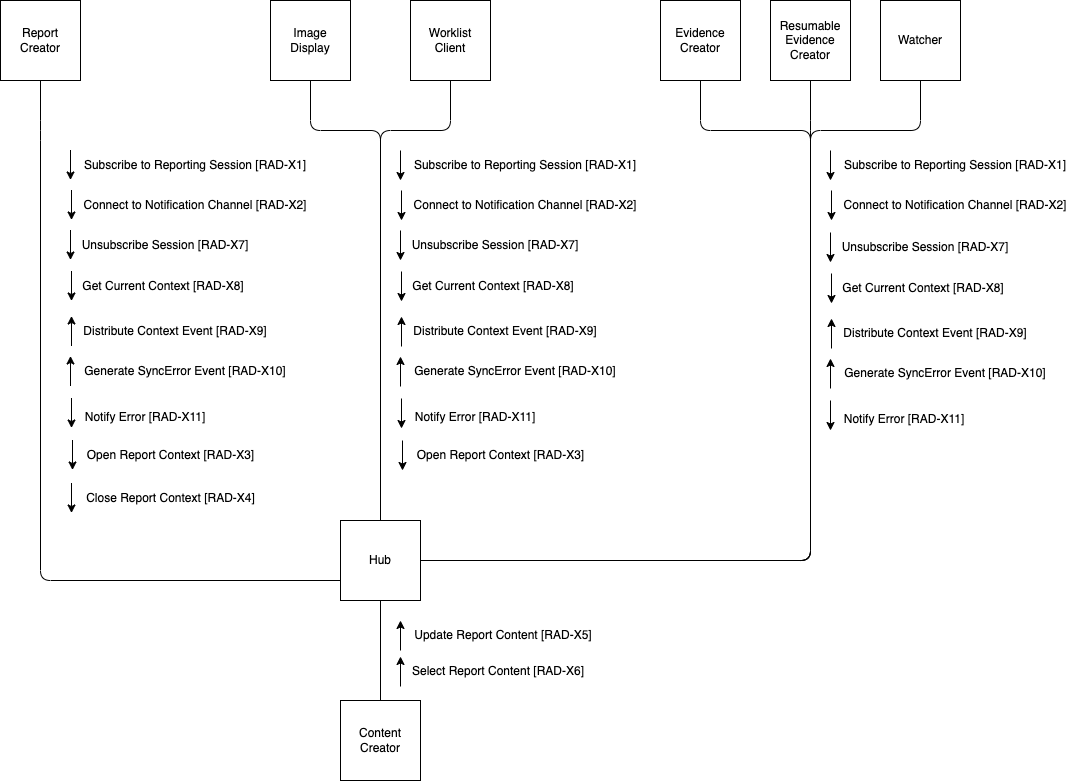
Above: input/images/actor_transaction.png in IHE/RAD.IRA (draw.io), before the change. Source tidied: cells renumbered, new cells last; positions are measured from the earlier drawing's top-left corner, leaving out a move shared by most shapes.
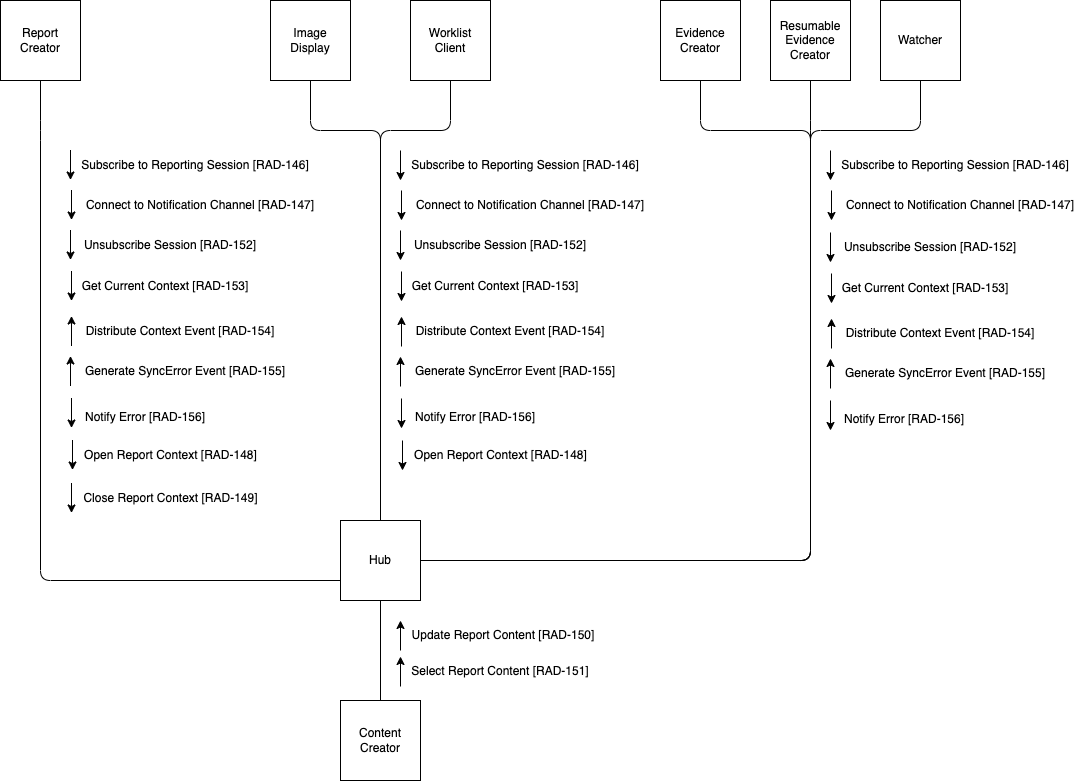
After the commit.

Diff of the diagram source:
```diff
@@ -70,9 +70,9 @@
       <mxGeometry x="340" y="700" width="80" height="80" as="geometry" />
     </mxCell>
     <mxCell id="15" style="group;" parent="1" vertex="1">
-      <mxGeometry x="830" y="150" width="240" height="284" as="geometry" />
+      <mxGeometry x="830" y="150" width="250" height="284" as="geometry" />
     </mxCell>
-    <mxCell id="16" value="Notify Error [RAD-X11]" style="text;html=1;strokeColor=none;fillColor=none;align=center;verticalAlign=middle;whiteSpace=wrap;rounded=0;" parent="15" vertex="1">
+    <mxCell id="16" value="Notify Error [RAD-156]" style="text;html=1;strokeColor=none;fillColor=none;align=center;verticalAlign=middle;whiteSpace=wrap;rounded=0;" parent="15" vertex="1">
       <mxGeometry x="9" y="254" width="130" height="30" as="geometry" />
     </mxCell>
     <mxCell id="17" style="endArrow=classic;html=1;rounded=0;startArrow=none;startFill=0;endFill=1;" parent="15" edge="1">
@@ -87,7 +87,7 @@
         <mxPoint y="30" as="targetPoint" />
       </mxGeometry>
     </mxCell>
-    <mxCell id="19" value="Subscribe to Reporting Session [RAD-X1]" style="text;html=1;strokeColor=none;fillColor=none;align=center;verticalAlign=middle;whiteSpace=wrap;rounded=0;" parent="15" vertex="1">
+    <mxCell id="19" value="Subscribe to Reporting Session [RAD-146]" style="text;html=1;strokeColor=none;fillColor=none;align=center;verticalAlign=middle;whiteSpace=wrap;rounded=0;" parent="15" vertex="1">
       <mxGeometry x="10" width="230" height="30" as="geometry" />
     </mxCell>
     <mxCell id="20" style="endArrow=none;html=1;rounded=0;startArrow=classic;startFill=1;endFill=0;" parent="15" edge="1">
@@ -96,8 +96,8 @@
         <mxPoint x="1" y="198" as="targetPoint" />
       </mxGeometry>
     </mxCell>
-    <mxCell id="21" value="Distribute Context Event [RAD-X9]" style="text;html=1;strokeColor=none;fillColor=none;align=center;verticalAlign=middle;whiteSpace=wrap;rounded=0;" parent="15" vertex="1">
-      <mxGeometry x="10" y="168" width="190" height="30" as="geometry" />
+    <mxCell id="21" value="Distribute Context Event [RAD-154]" style="text;html=1;strokeColor=none;fillColor=none;align=center;verticalAlign=middle;whiteSpace=wrap;rounded=0;" parent="15" vertex="1">
+      <mxGeometry x="10" y="168" width="200" height="30" as="geometry" />
     </mxCell>
     <mxCell id="22" style="endArrow=classic;html=1;rounded=0;" parent="15" edge="1">
       <mxGeometry relative="1" as="geometry">
@@ -105,8 +105,8 @@
         <mxPoint x="1" y="70" as="targetPoint" />
       </mxGeometry>
     </mxCell>
-    <mxCell id="23" value="Connect to Notification Channel [RAD-X2]" style="text;html=1;strokeColor=none;fillColor=none;align=center;verticalAlign=middle;whiteSpace=wrap;rounded=0;" parent="15" vertex="1">
-      <mxGeometry x="10" y="40" width="230" height="30" as="geometry" />
+    <mxCell id="23" value="Connect to Notification Channel [RAD-147]" style="text;html=1;strokeColor=none;fillColor=none;align=center;verticalAlign=middle;whiteSpace=wrap;rounded=0;" parent="15" vertex="1">
+      <mxGeometry x="10" y="40" width="240" height="30" as="geometry" />
     </mxCell>
     <mxCell id="24" style="endArrow=classic;html=1;rounded=0;startArrow=none;startFill=0;endFill=1;" parent="15" edge="1">
       <mxGeometry relative="1" as="geometry">
@@ -114,8 +114,8 @@
         <mxPoint x="1" y="153" as="targetPoint" />
       </mxGeometry>
     </mxCell>
-    <mxCell id="25" value="Get Current Context [RAD-X8]" style="text;html=1;strokeColor=none;fillColor=none;align=center;verticalAlign=middle;whiteSpace=wrap;rounded=0;" parent="15" vertex="1">
-      <mxGeometry x="10" y="123" width="166" height="30" as="geometry" />
+    <mxCell id="25" value="Get Current Context [RAD-153]" style="text;html=1;strokeColor=none;fillColor=none;align=center;verticalAlign=middle;whiteSpace=wrap;rounded=0;" parent="15" vertex="1">
+      <mxGeometry x="10" y="123" width="170" height="30" as="geometry" />
     </mxCell>
     <mxCell id="26" style="endArrow=none;html=1;rounded=0;startArrow=classic;startFill=1;endFill=0;" parent="15" edge="1">
       <mxGeometry relative="1" as="geometry">
@@ -123,7 +123,7 @@
         <mxPoint y="238" as="targetPoint" />
       </mxGeometry>
     </mxCell>
-    <mxCell id="27" value="Generate SyncError Event [RAD-X10]" style="text;html=1;strokeColor=none;fillColor=none;align=center;verticalAlign=middle;whiteSpace=wrap;rounded=0;" parent="15" vertex="1">
+    <mxCell id="27" value="Generate SyncError Event [RAD-155]" style="text;html=1;strokeColor=none;fillColor=none;align=center;verticalAlign=middle;whiteSpace=wrap;rounded=0;" parent="15" vertex="1">
       <mxGeometry x="10" y="208" width="210" height="30" as="geometry" />
     </mxCell>
     <mxCell id="28" style="endArrow=classic;html=1;rounded=0;startArrow=none;startFill=0;endFill=1;" parent="15" edge="1">
@@ -132,10 +132,10 @@
         <mxPoint y="112" as="targetPoint" />
       </mxGeometry>
     </mxCell>
-    <mxCell id="29" value="Unsubscribe Session [RAD-X7]" style="text;html=1;strokeColor=none;fillColor=none;align=center;verticalAlign=middle;whiteSpace=wrap;rounded=0;" parent="15" vertex="1">
-      <mxGeometry x="10" y="82" width="170" height="30" as="geometry" />
+    <mxCell id="29" value="Unsubscribe Session [RAD-152]" style="text;html=1;strokeColor=none;fillColor=none;align=center;verticalAlign=middle;whiteSpace=wrap;rounded=0;" parent="15" vertex="1">
+      <mxGeometry x="10" y="82" width="180" height="30" as="geometry" />
     </mxCell>
-    <mxCell id="30" value="Notify Error [RAD-X11]" style="text;html=1;strokeColor=none;fillColor=none;align=center;verticalAlign=middle;whiteSpace=wrap;rounded=0;" parent="1" vertex="1">
+    <mxCell id="30" value="Notify Error [RAD-156]" style="text;html=1;strokeColor=none;fillColor=none;align=center;verticalAlign=middle;whiteSpace=wrap;rounded=0;" parent="1" vertex="1">
       <mxGeometry x="410" y="402" width="130" height="30" as="geometry" />
     </mxCell>
     <mxCell id="31" style="endArrow=classic;html=1;rounded=0;startArrow=none;startFill=0;endFill=1;" parent="1" edge="1">
@@ -144,7 +144,7 @@
         <mxPoint x="400" y="180" as="targetPoint" />
       </mxGeometry>
     </mxCell>
-    <mxCell id="32" value="Subscribe to Reporting Session [RAD-X1]" style="text;html=1;strokeColor=none;fillColor=none;align=center;verticalAlign=middle;whiteSpace=wrap;rounded=0;" parent="1" vertex="1">
+    <mxCell id="32" value="Subscribe to Reporting Session [RAD-146]" style="text;html=1;strokeColor=none;fillColor=none;align=center;verticalAlign=middle;whiteSpace=wrap;rounded=0;" parent="1" vertex="1">
       <mxGeometry x="410" y="150" width="230" height="30" as="geometry" />
     </mxCell>
     <mxCell id="33" style="endArrow=none;html=1;rounded=0;startArrow=classic;startFill=1;endFill=0;" parent="1" edge="1">
@@ -153,8 +153,8 @@
         <mxPoint x="401" y="346" as="targetPoint" />
       </mxGeometry>
     </mxCell>
-    <mxCell id="34" value="Distribute Context Event [RAD-X9]" style="text;html=1;strokeColor=none;fillColor=none;align=center;verticalAlign=middle;whiteSpace=wrap;rounded=0;" parent="1" vertex="1">
-      <mxGeometry x="410" y="316" width="190" height="30" as="geometry" />
+    <mxCell id="34" value="Distribute Context Event [RAD-154]" style="text;html=1;strokeColor=none;fillColor=none;align=center;verticalAlign=middle;whiteSpace=wrap;rounded=0;" parent="1" vertex="1">
+      <mxGeometry x="410" y="316" width="200" height="30" as="geometry" />
     </mxCell>
     <mxCell id="35" style="endArrow=classic;html=1;rounded=0;" parent="1" edge="1">
       <mxGeometry relative="1" as="geometry">
@@ -162,8 +162,8 @@
         <mxPoint x="401" y="220" as="targetPoint" />
       </mxGeometry>
     </mxCell>
-    <mxCell id="36" value="Connect to Notification Channel [RAD-X2]" style="text;html=1;strokeColor=none;fillColor=none;align=center;verticalAlign=middle;whiteSpace=wrap;rounded=0;" parent="1" vertex="1">
-      <mxGeometry x="410" y="190" width="230" height="30" as="geometry" />
+    <mxCell id="36" value="Connect to Notification Channel [RAD-147]" style="text;html=1;strokeColor=none;fillColor=none;align=center;verticalAlign=middle;whiteSpace=wrap;rounded=0;" parent="1" vertex="1">
+      <mxGeometry x="410" y="190" width="240" height="30" as="geometry" />
     </mxCell>
     <mxCell id="37" style="endArrow=classic;html=1;rounded=0;startArrow=none;startFill=0;endFill=1;" parent="1" edge="1">
       <mxGeometry relative="1" as="geometry">
@@ -171,8 +171,8 @@
         <mxPoint x="401" y="301" as="targetPoint" />
       </mxGeometry>
     </mxCell>
-    <mxCell id="38" value="Get Current Context [RAD-X8]" style="text;html=1;strokeColor=none;fillColor=none;align=center;verticalAlign=middle;whiteSpace=wrap;rounded=0;" parent="1" vertex="1">
-      <mxGeometry x="410" y="271" width="166" height="30" as="geometry" />
+    <mxCell id="38" value="Get Current Context [RAD-153]" style="text;html=1;strokeColor=none;fillColor=none;align=center;verticalAlign=middle;whiteSpace=wrap;rounded=0;" parent="1" vertex="1">
+      <mxGeometry x="410" y="271" width="170" height="30" as="geometry" />
     </mxCell>
     <mxCell id="39" style="endArrow=none;html=1;rounded=0;startArrow=classic;startFill=1;endFill=0;" parent="1" edge="1">
       <mxGeometry relative="1" as="geometry">
@@ -180,7 +180,7 @@
         <mxPoint x="400" y="386" as="targetPoint" />
       </mxGeometry>
     </mxCell>
-    <mxCell id="40" value="Generate SyncError Event [RAD-X10]" style="text;html=1;strokeColor=none;fillColor=none;align=center;verticalAlign=middle;whiteSpace=wrap;rounded=0;" parent="1" vertex="1">
+    <mxCell id="40" value="Generate SyncError Event [RAD-155]" style="text;html=1;strokeColor=none;fillColor=none;align=center;verticalAlign=middle;whiteSpace=wrap;rounded=0;" parent="1" vertex="1">
       <mxGeometry x="410" y="356" width="210" height="30" as="geometry" />
     </mxCell>
     <mxCell id="41" style="endArrow=classic;html=1;rounded=0;startArrow=none;startFill=0;endFill=1;" parent="1" edge="1">
@@ -189,8 +189,8 @@
         <mxPoint x="400" y="260" as="targetPoint" />
       </mxGeometry>
     </mxCell>
-    <mxCell id="42" value="Unsubscribe Session [RAD-X7]" style="text;html=1;strokeColor=none;fillColor=none;align=center;verticalAlign=middle;whiteSpace=wrap;rounded=0;" parent="1" vertex="1">
-      <mxGeometry x="410" y="230" width="170" height="30" as="geometry" />
+    <mxCell id="42" value="Unsubscribe Session [RAD-152]" style="text;html=1;strokeColor=none;fillColor=none;align=center;verticalAlign=middle;whiteSpace=wrap;rounded=0;" parent="1" vertex="1">
+      <mxGeometry x="410" y="230" width="180" height="30" as="geometry" />
     </mxCell>
     <mxCell id="43" style="endArrow=classic;html=1;rounded=0;" parent="1" edge="1">
       <mxGeometry relative="1" as="geometry">
@@ -198,7 +198,7 @@
         <mxPoint x="402" y="470" as="targetPoint" />
       </mxGeometry>
     </mxCell>
-    <mxCell id="44" value="Open Report Context [RAD-X3]" style="text;html=1;strokeColor=none;fillColor=none;align=center;verticalAlign=middle;whiteSpace=wrap;rounded=0;" parent="1" vertex="1">
+    <mxCell id="44" value="Open Report Context [RAD-148]" style="text;html=1;strokeColor=none;fillColor=none;align=center;verticalAlign=middle;whiteSpace=wrap;rounded=0;" parent="1" vertex="1">
       <mxGeometry x="411" y="440" width="179" height="30" as="geometry" />
     </mxCell>
     <mxCell id="45" style="endArrow=classic;html=1;rounded=0;startArrow=none;startFill=0;endFill=1;" parent="1" edge="1">
@@ -207,7 +207,7 @@
         <mxPoint x="401" y="428" as="targetPoint" />
       </mxGeometry>
     </mxCell>
-    <mxCell id="46" value="Notify Error [RAD-X11]" style="text;html=1;strokeColor=none;fillColor=none;align=center;verticalAlign=middle;whiteSpace=wrap;rounded=0;" parent="1" vertex="1">
+    <mxCell id="46" value="Notify Error [RAD-156]" style="text;html=1;strokeColor=none;fillColor=none;align=center;verticalAlign=middle;whiteSpace=wrap;rounded=0;" parent="1" vertex="1">
       <mxGeometry x="80" y="401.5" width="130" height="30" as="geometry" />
     </mxCell>
     <mxCell id="47" style="endArrow=classic;html=1;rounded=0;startArrow=none;startFill=0;endFill=1;" parent="1" edge="1">
@@ -216,7 +216,7 @@
         <mxPoint x="70" y="179.5" as="targetPoint" />
       </mxGeometry>
     </mxCell>
-    <mxCell id="48" value="Subscribe to Reporting Session [RAD-X1]" style="text;html=1;strokeColor=none;fillColor=none;align=center;verticalAlign=middle;whiteSpace=wrap;rounded=0;" parent="1" vertex="1">
+    <mxCell id="48" value="Subscribe to Reporting Session [RAD-146]" style="text;html=1;strokeColor=none;fillColor=none;align=center;verticalAlign=middle;whiteSpace=wrap;rounded=0;" parent="1" vertex="1">
       <mxGeometry x="80" y="149.5" width="230" height="30" as="geometry" />
     </mxCell>
     <mxCell id="49" style="endArrow=none;html=1;rounded=0;startArrow=classic;startFill=1;endFill=0;" parent="1" edge="1">
@@ -225,8 +225,8 @@
         <mxPoint x="71" y="345.5" as="targetPoint" />
       </mxGeometry>
     </mxCell>
-    <mxCell id="50" value="Distribute Context Event [RAD-X9]" style="text;html=1;strokeColor=none;fillColor=none;align=center;verticalAlign=middle;whiteSpace=wrap;rounded=0;" parent="1" vertex="1">
-      <mxGeometry x="80" y="315.5" width="190" height="30" as="geometry" />
+    <mxCell id="50" value="Distribute Context Event [RAD-154]" style="text;html=1;strokeColor=none;fillColor=none;align=center;verticalAlign=middle;whiteSpace=wrap;rounded=0;" parent="1" vertex="1">
+      <mxGeometry x="80" y="315.5" width="200" height="30" as="geometry" />
     </mxCell>
     <mxCell id="51" style="endArrow=classic;html=1;rounded=0;" parent="1" edge="1">
       <mxGeometry relative="1" as="geometry">
@@ -234,8 +234,8 @@
         <mxPoint x="71" y="219.5" as="targetPoint" />
       </mxGeometry>
     </mxCell>
-    <mxCell id="52" value="Connect to Notification Channel [RAD-X2]" style="text;html=1;strokeColor=none;fillColor=none;align=center;verticalAlign=middle;whiteSpace=wrap;rounded=0;" parent="1" vertex="1">
-      <mxGeometry x="80" y="189.5" width="230" height="30" as="geometry" />
+    <mxCell id="52" value="Connect to Notification Channel [RAD-147]" style="text;html=1;strokeColor=none;fillColor=none;align=center;verticalAlign=middle;whiteSpace=wrap;rounded=0;" parent="1" vertex="1">
+      <mxGeometry x="80" y="189.5" width="240" height="30" as="geometry" />
     </mxCell>
     <mxCell id="53" style="endArrow=classic;html=1;rounded=0;" parent="1" edge="1">
       <mxGeometry relative="1" as="geometry">
@@ -243,7 +243,7 @@
         <mxPoint x="71" y="512.5" as="targetPoint" />
       </mxGeometry>
     </mxCell>
-    <mxCell id="54" value="Close Report Context [RAD-X4]" style="text;html=1;strokeColor=none;fillColor=none;align=center;verticalAlign=middle;whiteSpace=wrap;rounded=0;" parent="1" vertex="1">
+    <mxCell id="54" value="Close Report Context [RAD-149]" style="text;html=1;strokeColor=none;fillColor=none;align=center;verticalAlign=middle;whiteSpace=wrap;rounded=0;" parent="1" vertex="1">
       <mxGeometry x="81" y="482.5" width="179" height="30" as="geometry" />
     </mxCell>
     <mxCell id="55" style="endArrow=classic;html=1;rounded=0;startArrow=none;startFill=0;endFill=1;" parent="1" edge="1">
@@ -252,8 +252,8 @@
         <mxPoint x="71" y="300.5" as="targetPoint" />
       </mxGeometry>
     </mxCell>
-    <mxCell id="56" value="Get Current Context [RAD-X8]" style="text;html=1;strokeColor=none;fillColor=none;align=center;verticalAlign=middle;whiteSpace=wrap;rounded=0;" parent="1" vertex="1">
-      <mxGeometry x="80" y="270.5" width="166" height="30" as="geometry" />
+    <mxCell id="56" value="Get Current Context [RAD-153]" style="text;html=1;strokeColor=none;fillColor=none;align=center;verticalAlign=middle;whiteSpace=wrap;rounded=0;" parent="1" vertex="1">
+      <mxGeometry x="80" y="270.5" width="170" height="30" as="geometry" />
     </mxCell>
     <mxCell id="57" style="endArrow=none;html=1;rounded=0;startArrow=classic;startFill=1;endFill=0;" parent="1" edge="1">
       <mxGeometry relative="1" as="geometry">
@@ -261,7 +261,7 @@
         <mxPoint x="70" y="385.5" as="targetPoint" />
       </mxGeometry>
     </mxCell>
-    <mxCell id="58" value="Generate SyncError Event [RAD-X10]" style="text;html=1;strokeColor=none;fillColor=none;align=center;verticalAlign=middle;whiteSpace=wrap;rounded=0;" parent="1" vertex="1">
+    <mxCell id="58" value="Generate SyncError Event [RAD-155]" style="text;html=1;strokeColor=none;fillColor=none;align=center;verticalAlign=middle;whiteSpace=wrap;rounded=0;" parent="1" vertex="1">
       <mxGeometry x="80" y="355.5" width="210" height="30" as="geometry" />
     </mxCell>
     <mxCell id="59" style="endArrow=classic;html=1;rounded=0;startArrow=none;startFill=0;endFill=1;" parent="1" edge="1">
@@ -270,8 +270,8 @@
         <mxPoint x="70" y="259.5" as="targetPoint" />
       </mxGeometry>
     </mxCell>
-    <mxCell id="60" value="Unsubscribe Session [RAD-X7]" style="text;html=1;strokeColor=none;fillColor=none;align=center;verticalAlign=middle;whiteSpace=wrap;rounded=0;" parent="1" vertex="1">
-      <mxGeometry x="80" y="229.5" width="170" height="30" as="geometry" />
+    <mxCell id="60" value="Unsubscribe Session [RAD-152]" style="text;html=1;strokeColor=none;fillColor=none;align=center;verticalAlign=middle;whiteSpace=wrap;rounded=0;" parent="1" vertex="1">
+      <mxGeometry x="80" y="229.5" width="180" height="30" as="geometry" />
     </mxCell>
     <mxCell id="61" style="endArrow=classic;html=1;rounded=0;" parent="1" edge="1">
       <mxGeometry relative="1" as="geometry">
@@ -279,7 +279,7 @@
         <mxPoint x="72" y="469.5" as="targetPoint" />
       </mxGeometry>
     </mxCell>
-    <mxCell id="62" value="Open Report Context [RAD-X3]" style="text;html=1;strokeColor=none;fillColor=none;align=center;verticalAlign=middle;whiteSpace=wrap;rounded=0;" parent="1" vertex="1">
+    <mxCell id="62" value="Open Report Context [RAD-148]" style="text;html=1;strokeColor=none;fillColor=none;align=center;verticalAlign=middle;whiteSpace=wrap;rounded=0;" parent="1" vertex="1">
       <mxGeometry x="81" y="439.5" width="179" height="30" as="geometry" />
     </mxCell>
     <mxCell id="63" style="endArrow=classic;html=1;rounded=0;startArrow=none;startFill=0;endFill=1;" parent="1" edge="1">
@@ -294,7 +294,7 @@
         <mxPoint x="400" y="620" as="targetPoint" />
       </mxGeometry>
     </mxCell>
-    <mxCell id="65" value="Update Report Content [RAD-X5]" style="text;html=1;strokeColor=none;fillColor=none;align=center;verticalAlign=middle;whiteSpace=wrap;rounded=0;" parent="1" vertex="1">
+    <mxCell id="65" value="Update Report Content [RAD-150]" style="text;html=1;strokeColor=none;fillColor=none;align=center;verticalAlign=middle;whiteSpace=wrap;rounded=0;" parent="1" vertex="1">
       <mxGeometry x="410" y="620" width="186" height="30" as="geometry" />
     </mxCell>
     <mxCell id="66" style="endArrow=classic;html=1;rounded=0;" parent="1" edge="1">
@@ -303,8 +303,8 @@
         <mxPoint x="400" y="656" as="targetPoint" />
       </mxGeometry>
     </mxCell>
-    <mxCell id="67" value="Select Report Content [RAD-X6]" style="text;html=1;strokeColor=none;fillColor=none;align=center;verticalAlign=middle;whiteSpace=wrap;rounded=0;" parent="1" vertex="1">
-      <mxGeometry x="410" y="656" width="176" height="30" as="geometry" />
+    <mxCell id="67" value="Select Report Content [RAD-151]" style="text;html=1;strokeColor=none;fillColor=none;align=center;verticalAlign=middle;whiteSpace=wrap;rounded=0;" parent="1" vertex="1">
+      <mxGeometry x="410" y="656" width="180" height="30" as="geometry" />
     </mxCell>
     <mxCell id="68" style="edgeStyle=none;html=1;exitX=0.5;exitY=1;exitDx=0;exitDy=0;endArrow=none;endFill=0;" parent="1" edge="1" source="69">
       <mxGeometry relative="1" as="geometry">
```
